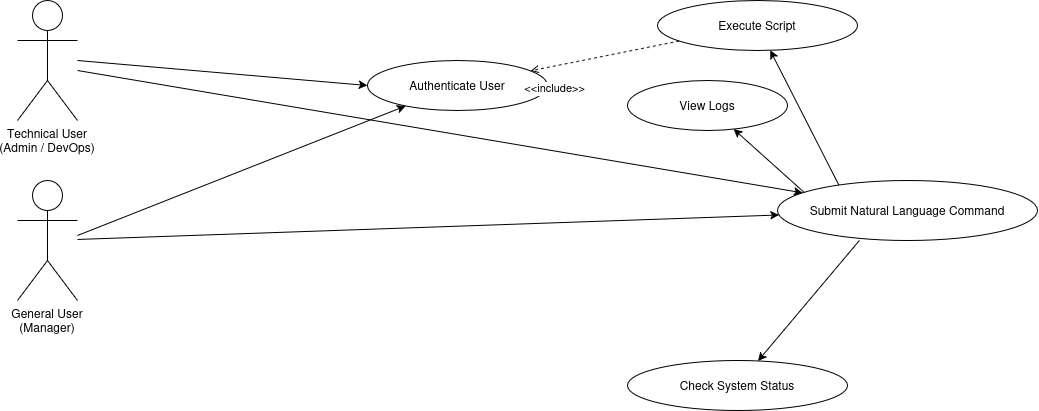
Above: 2_UML/uml_diagram.png in iampruh887/CS331 (draw.io), before the change. Source tidied: cells renumbered, new cells last; positions are measured from the earlier drawing's top-left corner, leaving out a move shared by most shapes.
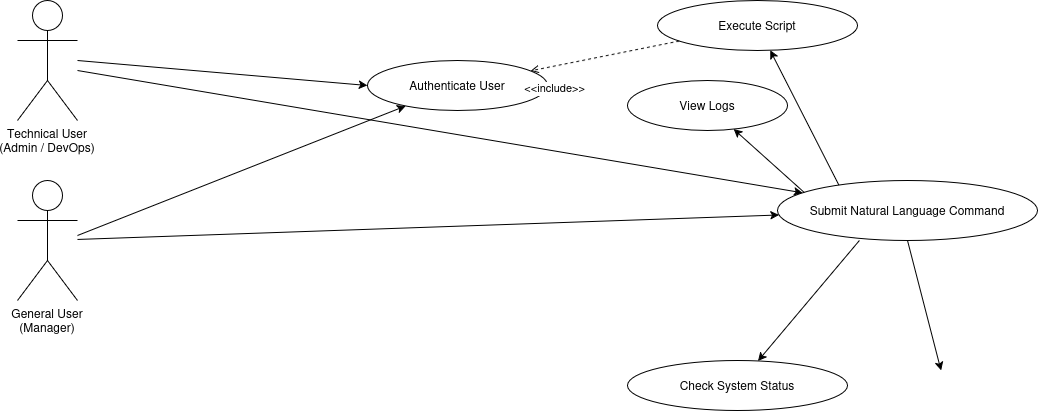
The same diagram one commit later.

Change to the diagram source:
```diff
@@ -35,6 +35,11 @@
     <mxCell id="10" style="exitX=0.315;exitY=1;exitDx=0;exitDy=0;exitPerimeter=0;" parent="1" edge="1" source="12" target="15">
       <mxGeometry relative="1" as="geometry" />
     </mxCell>
+    <mxCell id="17" style="exitX=0.5;exitY=1;exitDx=0;exitDy=0;" parent="1" edge="1" source="12">
+      <mxGeometry relative="1" as="geometry">
+        <mxPoint x="923.6" y="370.1" as="targetPoint" />
+      </mxGeometry>
+    </mxCell>
     <mxCell id="11" value="Authenticate User" style="ellipse;whiteSpace=wrap;html=1;" parent="1" vertex="1">
       <mxGeometry x="350" y="60" width="180" height="50" as="geometry" />
     </mxCell>
```
